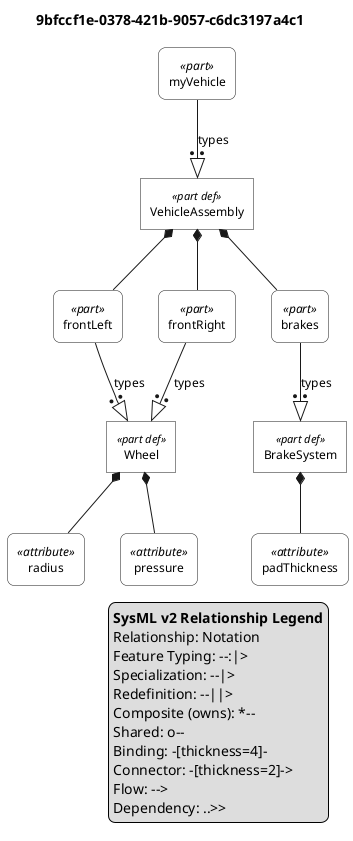
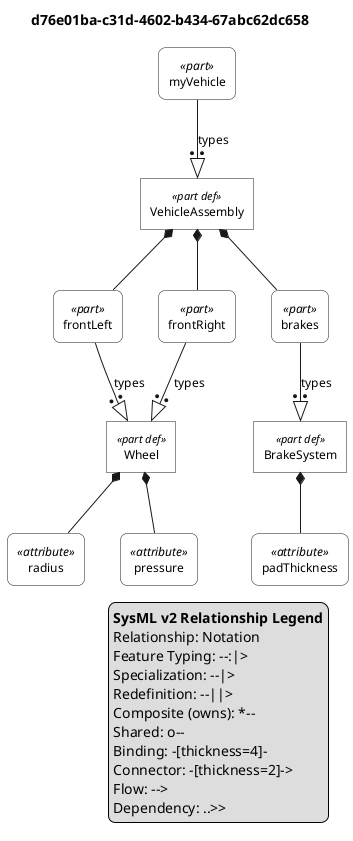
@startuml

skinparam monochrome true
skinparam wrapWidth 300
skinparam defaultFontSize 12
skinparam defaultFontName Helvetica

' Definitions: sharp corners, plain background
skinparam rectangle<<part def>> {
    RoundCorner 0
    BackgroundColor white
    StereotypeFontSize 11
}
skinparam rectangle<<item def>> {
    RoundCorner 0
    BackgroundColor white
}
skinparam rectangle<<attribute def>> {
    RoundCorner 0
    BackgroundColor white
}
skinparam rectangle<<port def>> {
    RoundCorner 0
    BackgroundColor white
}
skinparam rectangle<<action def>> {
    RoundCorner 0
    BackgroundColor white
}
skinparam rectangle<<state def>> {
    RoundCorner 0
    BackgroundColor white
}
skinparam rectangle<<requirement def>> {
    RoundCorner 0
    BackgroundColor white
}
skinparam rectangle<<view def>> {
    RoundCorner 0
    BackgroundColor white
}
skinparam rectangle<<viewpoint def>> {
    RoundCorner 0
    BackgroundColor white
}
skinparam rectangle<<enumeration def>> {
    RoundCorner 0
    BackgroundColor white
}

' Usages: rounded corners, plain background
skinparam rectangle<<part>> {
    RoundCorner 15
    BackgroundColor white
}
skinparam rectangle<<item>> {
    RoundCorner 15
    BackgroundColor white
}
skinparam rectangle<<attribute>> {
    RoundCorner 15
    BackgroundColor white
}
skinparam rectangle<<port>> {
    RoundCorner 15
    BackgroundColor white
}
skinparam rectangle<<action>> {
    RoundCorner 15
    BackgroundColor white
}
skinparam rectangle<<state>> {
    RoundCorner 15
    BackgroundColor white
}
skinparam rectangle<<requirement>> {
    RoundCorner 15
    BackgroundColor white
}
skinparam rectangle<<view>> {
    RoundCorner 15
    BackgroundColor white
}
skinparam rectangle<<viewpoint>> {
    RoundCorner 15
    BackgroundColor white
}
skinparam rectangle<<enumeration>> {
    RoundCorner 15
    BackgroundColor white
}

' Views as folders
skinparam folder<<view def>> {
    BackgroundColor white
}
skinparam folder<<view>> {
    BackgroundColor white
}

top to bottom direction

- title 9bfccf1e-0378-421b-9057-c6dc3197a4c1
+ title d76e01ba-c31d-4602-b434-67abc62dc658

hide circle

rectangle "Wheel" as E1 <<part def>>
rectangle "radius" as E2 <<attribute>>
rectangle "pressure" as E4 <<attribute>>
rectangle "BrakeSystem" as E6 <<part def>>
rectangle "padThickness" as E7 <<attribute>>
rectangle "VehicleAssembly" as E9 <<part def>>
rectangle "frontLeft" as E10 <<part>>
rectangle "frontRight" as E11 <<part>>
rectangle "brakes" as E12 <<part>>
rectangle "myVehicle" as E13 <<part>>

E1 *-- E2
E1 *-- E4
E6 *-- E7
E9 *-- E10
E10 --:|> E1 : types
E9 *-- E11
E11 --:|> E1 : types
E9 *-- E12
E12 --:|> E6 : types
E13 --:|> E9 : types

legend right
  <b>SysML v2 Relationship Legend</b>
  Relationship: Notation
  Feature Typing: --:|>
  Specialization: --|>
  Redefinition: --||>
  Composite (owns): *--
  Shared: o--
  Binding: -[thickness=4]-
  Connector: -[thickness=2]->
  Flow: -->
  Dependency: ..>>
endlegend

@enduml